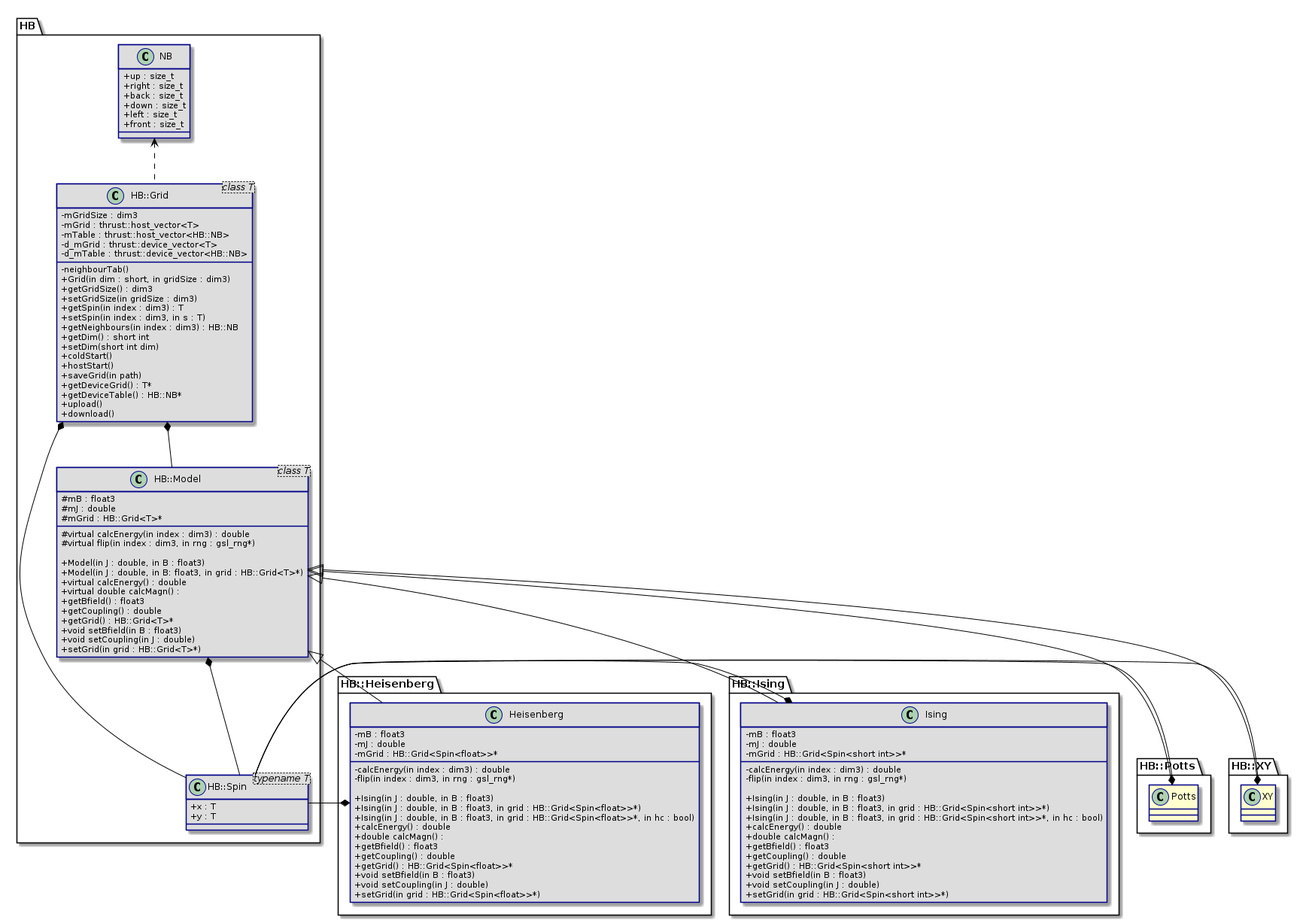
Earlier version of the PlantUML export doc/test.png (ThomasMKarl/Hpp). Its source is kept beside it as doc/test.puml.
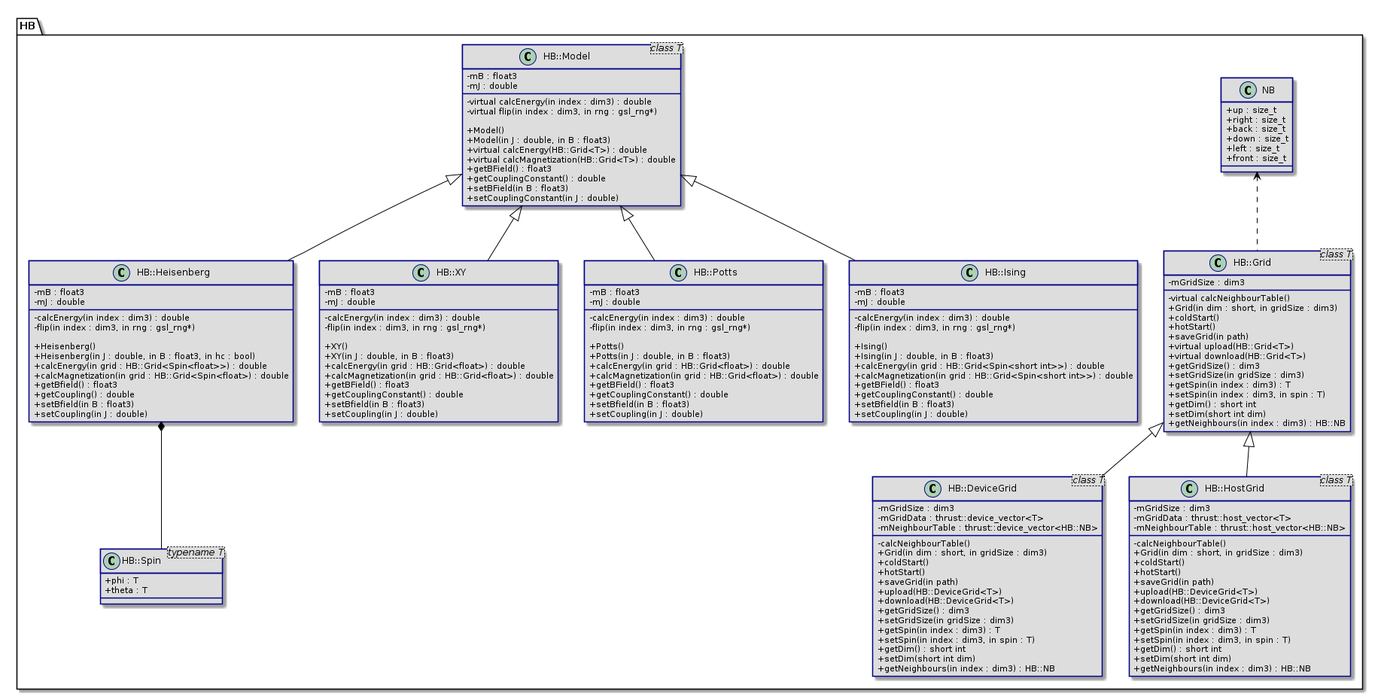
After the change.

Diff of the diagram source:
```diff
@@ -12,107 +12,156 @@
   +left : size_t
   +front : size_t
 }
-
+class "HB::Spin<typename T>" as HB::Spin_t #DDDDDD {
+  +phi : T
+  +theta : T
+}
 class "HB::Grid<class T>" as HB::Grid_t #DDDDDD {
   -mGridSize : dim3
-  -mGrid : thrust::host_vector<T>
-  -mTable : thrust::host_vector<HB::NB>
-  -d_mGrid : thrust::device_vector<T>
-  -d_mTable : thrust::device_vector<HB::NB>
-  -neighbourTab()
+
+  -virtual calcNeighbourTable()
   +Grid(in dim : short, in gridSize : dim3)
+  +coldStart()
+  +hotStart()
+  +saveGrid(in path)
+  +virtual upload(HB::Grid<T>)
+  +virtual download(HB::Grid<T>)
   +getGridSize() : dim3
   +setGridSize(in gridSize : dim3)
   +getSpin(in index : dim3) : T
-  +setSpin(in index : dim3, in s : T)
-  +getNeighbours(in index : dim3) : HB::NB
+  +setSpin(in index : dim3, in spin : T)
   +getDim() : short int
   +setDim(short int dim)
+  +getNeighbours(in index : dim3) : HB::NB
+}
+class "HB::DeviceGrid<class T>" as HB::DeviceGrid #DDDDDD {
+  -mGridSize : dim3
+  -mGridData : thrust::device_vector<T>
+  -mNeighbourTable : thrust::device_vector<HB::NB>
+
+  -calcNeighbourTable()
+  +Grid(in dim : short, in gridSize : dim3)
   +coldStart()
-  +hostStart()
+  +hotStart()
   +saveGrid(in path)
-  +getDeviceGrid() : T*
-  +getDeviceTable() : HB::NB*
-  +upload()
-  +download()
+  +upload(HB::DeviceGrid<T>)
+  +download(HB::DeviceGrid<T>)
+  +getGridSize() : dim3
+  +setGridSize(in gridSize : dim3)
+  +getSpin(in index : dim3) : T
+  +setSpin(in index : dim3, in spin : T)
+  +getDim() : short int
+  +setDim(short int dim)
+  +getNeighbours(in index : dim3) : HB::NB
 }
+class "HB::HostGrid<class T>" as HB::HostGrid #DDDDDD {
+  -mGridSize : dim3
+  -mGridData : thrust::host_vector<T>
+  -mNeighbourTable : thrust::host_vector<HB::NB>
 
-class "HB::Spin<typename T>" as HB::Spin_t #DDDDDD {
-  +x : T
-  +y : T
+  -calcNeighbourTable()
+  +Grid(in dim : short, in gridSize : dim3)
+  +coldStart()
+  +hotStart()
+  +saveGrid(in path)
+  +upload(HB::DeviceGrid<T>)
+  +download(HB::DeviceGrid<T>)
+  +getGridSize() : dim3
+  +setGridSize(in gridSize : dim3)
+  +getSpin(in index : dim3) : T
+  +setSpin(in index : dim3, in spin : T)
+  +getDim() : short int
+  +setDim(short int dim)
+  +getNeighbours(in index : dim3) : HB::NB
 }
-
 class "HB::Model<class T>" as HB::Model_t #DDDDDD {
-  #mB : float3
-  #mJ : double
-  #mGrid : HB::Grid<T>*
-
-  #virtual calcEnergy(in index : dim3) : double
-  #virtual flip(in index : dim3, in rng : gsl_rng*)
-
-  +Model(in J : double, in B : float3)
-  +Model(in J : double, in B: float3, in grid : HB::Grid<T>*)
-  +virtual calcEnergy() : double
-  +virtual double calcMagn() :
-  +getBfield() : float3
-  +getCoupling() : double
-  +getGrid() : HB::Grid<T>*
-  +void setBfield(in B : float3)
-  +void setCoupling(in J : double)
-  +setGrid(in grid : HB::Grid<T>*)
-}
-class HB::Heisenberg::Heisenberg #DDDDDD {
   -mB : float3
   -mJ : double
-  -mGrid : HB::Grid<Spin<float>>*
+
+  -virtual calcEnergy(in index : dim3) : double
+  -virtual flip(in index : dim3, in rng : gsl_rng*)
+
+  +Model()
+  +Model(in J : double, in B : float3)
+  +virtual calcEnergy(HB::Grid<T>) : double
+  +virtual calcMagnetization(HB::Grid<T>) : double
+  +getBField() : float3
+  +getCouplingConstant() : double
+  +setBField(in B : float3)
+  +setCouplingConstant(in J : double)
+}
+class "HB::Heisenberg" as HB::Heisenberg #DDDDDD {
+  -mB : float3
+  -mJ : double
 
   -calcEnergy(in index : dim3) : double
   -flip(in index : dim3, in rng : gsl_rng*)
 
-  +Ising(in J : double, in B : float3)
-  +Ising(in J : double, in B : float3, in grid : HB::Grid<Spin<float>>*)
-  +Ising(in J : double, in B : float3, in grid : HB::Grid<Spin<float>>*, in hc : bool)
-  +calcEnergy() : double
-  +double calcMagn() :
+  +Heisenberg()
+  +Heisenberg(in J : double, in B : float3, in hc : bool)
+  +calcEnergy(in grid : HB::Grid<Spin<float>>) : double
+  +calcMagnetization(in grid : HB::Grid<Spin<float>) : double
   +getBfield() : float3
   +getCoupling() : double
-  +getGrid() : HB::Grid<Spin<float>>*
-  +void setBfield(in B : float3)
-  +void setCoupling(in J : double)
-  +setGrid(in grid : HB::Grid<Spin<float>>*)
+  +setBfield(in B : float3)
+  +setCoupling(in J : double)
 }
-class HB::Ising::Ising #DDDDDD {
+class "HB::XY" as HB::XY #DDDDDD {
   -mB : float3
   -mJ : double
-  -mGrid : HB::Grid<Spin<short int>>*
 
   -calcEnergy(in index : dim3) : double
   -flip(in index : dim3, in rng : gsl_rng*)
 
+  +XY()
+  +XY(in J : double, in B : float3)
+  +calcEnergy(in grid : HB::Grid<float>) : double
+  +calcMagnetization(in grid : HB::Grid<float>) : double
+  +getBField() : float3
+  +getCouplingConstant() : double
+  +setBfield(in B : float3)
+  +setCoupling(in J : double)
+}
+class "HB::Potts" as HB::Potts #DDDDDD {
+  -mB : float3
+  -mJ : double
+
+  -calcEnergy(in index : dim3) : double
+  -flip(in index : dim3, in rng : gsl_rng*)
+
+  +Potts()
+  +Potts(in J : double, in B : float3)
+  +calcEnergy(in grid : HB::Grid<float>) : double
+  +calcMagnetization(in grid : HB::Grid<float>) : double
+  +getBField() : float3
+  +getCouplingConstant() : double
+  +setBfield(in B : float3)
+  +setCoupling(in J : double)
+}
+class "HB::Ising" as HB::Ising #DDDDDD {
+  -mB : float3
+  -mJ : double
+
+  -calcEnergy(in index : dim3) : double
+  -flip(in index : dim3, in rng : gsl_rng*)
+
+  +Ising()
   +Ising(in J : double, in B : float3)
-  +Ising(in J : double, in B : float3, in grid : HB::Grid<Spin<short int>>*)
-  +Ising(in J : double, in B : float3, in grid : HB::Grid<Spin<short int>>*, in hc : bool)
-  +calcEnergy() : double
-  +double calcMagn() :
-  +getBfield() : float3
-  +getCoupling() : double
-  +getGrid() : HB::Grid<Spin<short int>>*
-  +void setBfield(in B : float3)
-  +void setCoupling(in J : double)
-  +setGrid(in grid : HB::Grid<Spin<short int>>*)
+  +calcEnergy(in grid : HB::Grid<Spin<short int>>) : double
+  +calcMagnetization(in grid : HB::Grid<Spin<short int>>) : double
+  +getBField() : float3
+  +getCouplingConstant() : double
+  +setBfield(in B : float3)
+  +setCoupling(in J : double)
 }
 
-HB::Model_t <|-- HB::Ising::Ising
-HB::Model_t <|-- HB::Potts::Potts
-HB::Model_t <|-- HB::XY::XY
-HB::Model_t <|-- HB::Heisenberg::Heisenberg
-HB::Grid_t *-- HB::Model_t
+HB::Model_t <|-- HB::Ising
+HB::Model_t <|-- HB::Potts
+HB::Model_t <|-- HB::XY
+HB::Model_t <|-- HB::Heisenberg
+HB::Grid_t <|-- HB::DeviceGrid
+HB::Grid_t <|-- HB::HostGrid
 HB::NB <.. HB::Grid_t
-HB::Grid_t *-- HB::Spin_t
-HB::Model_t *-- HB::Spin_t
-HB::Heisenberg::Heisenberg *-- HB::Spin_t
-HB::XY::XY *-- HB::Spin_t
-HB::Potts::Potts *-- HB::Spin_t
-HB::Ising::Ising *-- HB::Spin_t
+HB::Heisenberg *-- HB::Spin_t
 
 @enduml
```
